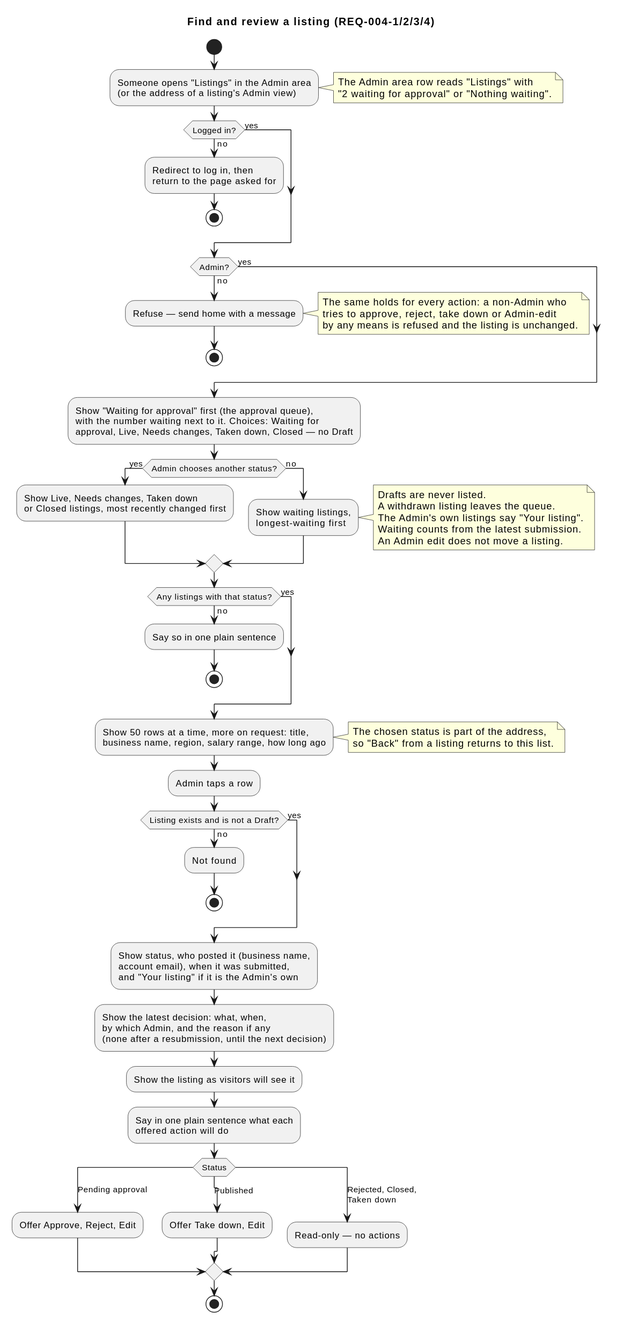
The PlantUML diagram docs/specs/004-listings-admin-moderation/diagrams/activity-find-and-review.svg in raseniero/jairojobs-elixir, before a commit.
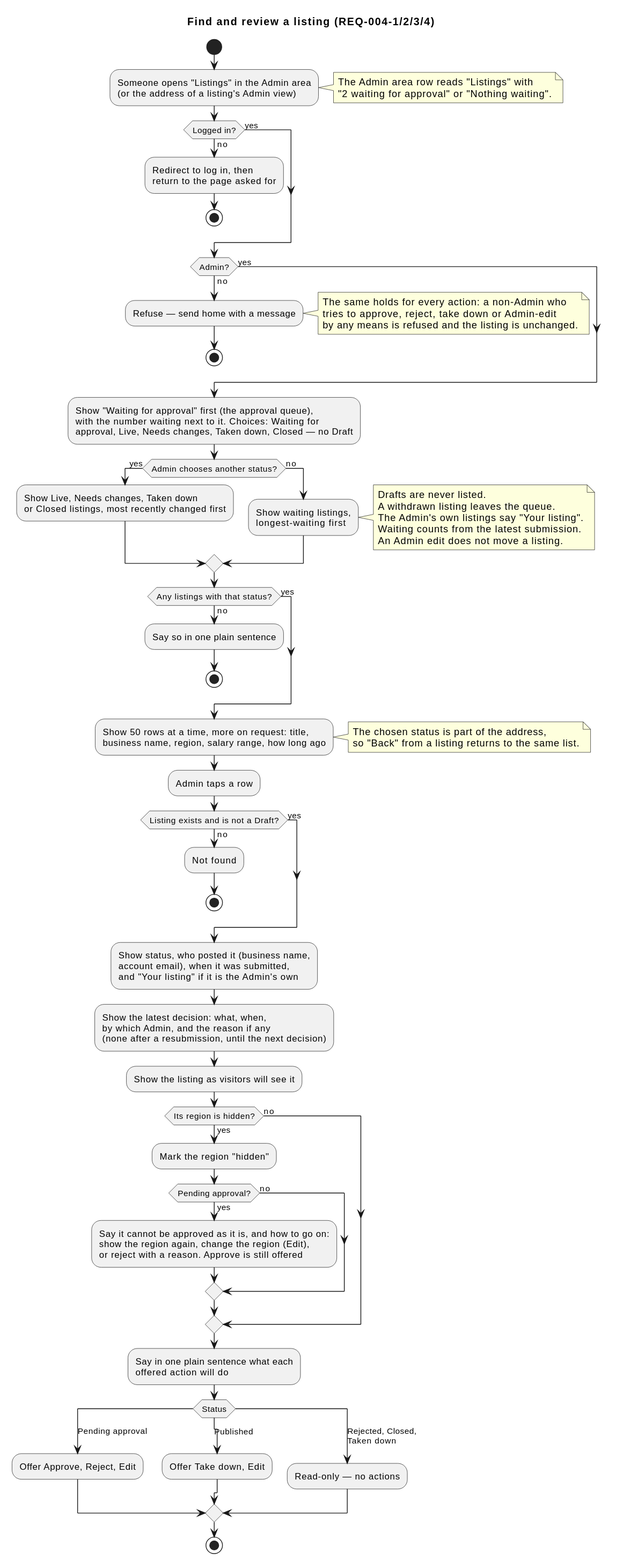
Later version of the same file.

Commit message:
docs(spec 004): close five gaps (waiting count, landings, hidden-region warning, concurrent edits, demoted owner)

Change to the diagram source:
```diff
@@ -50,7 +50,7 @@
 business name, region, salary range, how long ago;
 note right
   The chosen status is part of the address,
-  so "Back" from a listing returns to this list.
+  so "Back" from a listing returns to the same list.
 end note
 :Admin taps a row;
 if (Listing exists and is not a Draft?) then (no)
@@ -65,6 +65,16 @@
 by which Admin, and the reason if any
 (none after a resubmission, until the next decision);
 :Show the listing as visitors will see it;
+if (Its region is hidden?) then (yes)
+  :Mark the region "hidden";
+  if (Pending approval?) then (yes)
+    :Say it cannot be approved as it is, and how to go on:
+    show the region again, change the region (Edit),
+    or reject with a reason. Approve is still offered;
+  else (no)
+  endif
+else (no)
+endif
 :Say in one plain sentence what each
 offered action will do;
 switch (Status)
```
